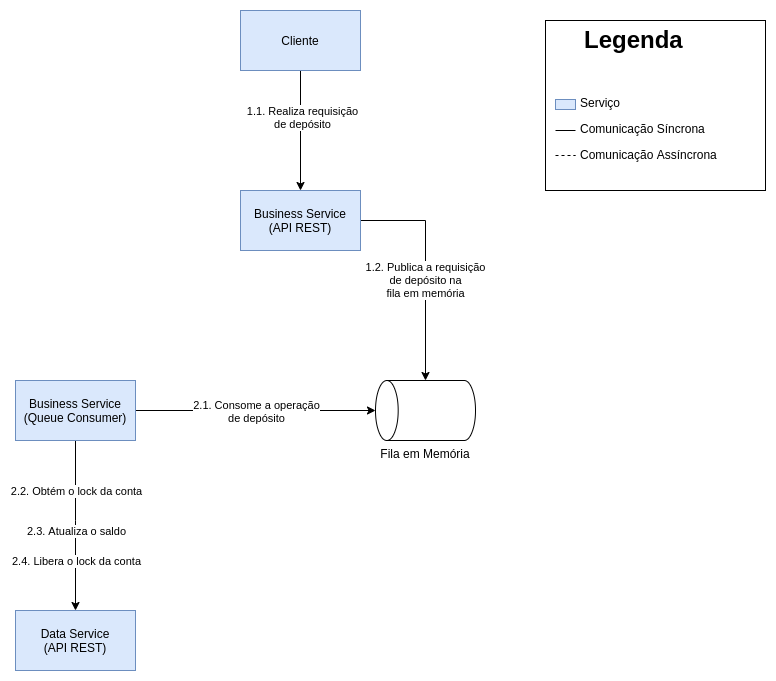
Earlier version of the draw.io export docs/Diagrams-ServidorDeNegocio-Deposito.png (eaneto/distributed-bank). Source tidied: cells renumbered, new cells last; positions are measured from the earlier drawing's top-left corner, leaving out a move shared by most shapes.
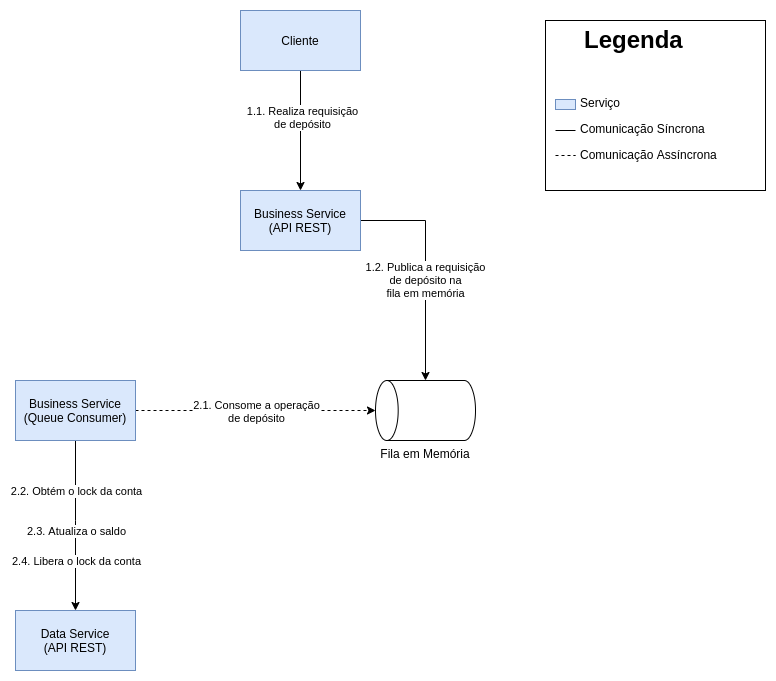
After the commit.

Commit message:
Update business diagrams

Diff of the diagram source:
```diff
@@ -31,7 +31,7 @@
     <mxCell id="8" value="Business Service&lt;br&gt;(API REST)" style="rounded=0;whiteSpace=wrap;html=1;fillColor=#dae8fc;strokeColor=#6c8ebf;" parent="1" vertex="1">
       <mxGeometry x="225" y="180" width="120" height="60" as="geometry" />
     </mxCell>
-    <mxCell id="9" style="edgeStyle=orthogonalEdgeStyle;rounded=0;jettySize=auto;html=1;entryX=0.5;entryY=0;entryDx=0;entryDy=0;entryPerimeter=0;" parent="1" edge="1" source="13" target="14">
+    <mxCell id="9" style="edgeStyle=orthogonalEdgeStyle;rounded=0;jettySize=auto;html=1;entryX=0.5;entryY=0;entryDx=0;entryDy=0;entryPerimeter=0;dashed=1;" parent="1" edge="1" source="13" target="14">
       <mxGeometry relative="1" as="geometry" />
     </mxCell>
     <mxCell id="10" value="2.1. Consome a operação&lt;br&gt;de depósito" style="edgeLabel;html=1;align=center;verticalAlign=middle;" parent="9" vertex="1">
```
